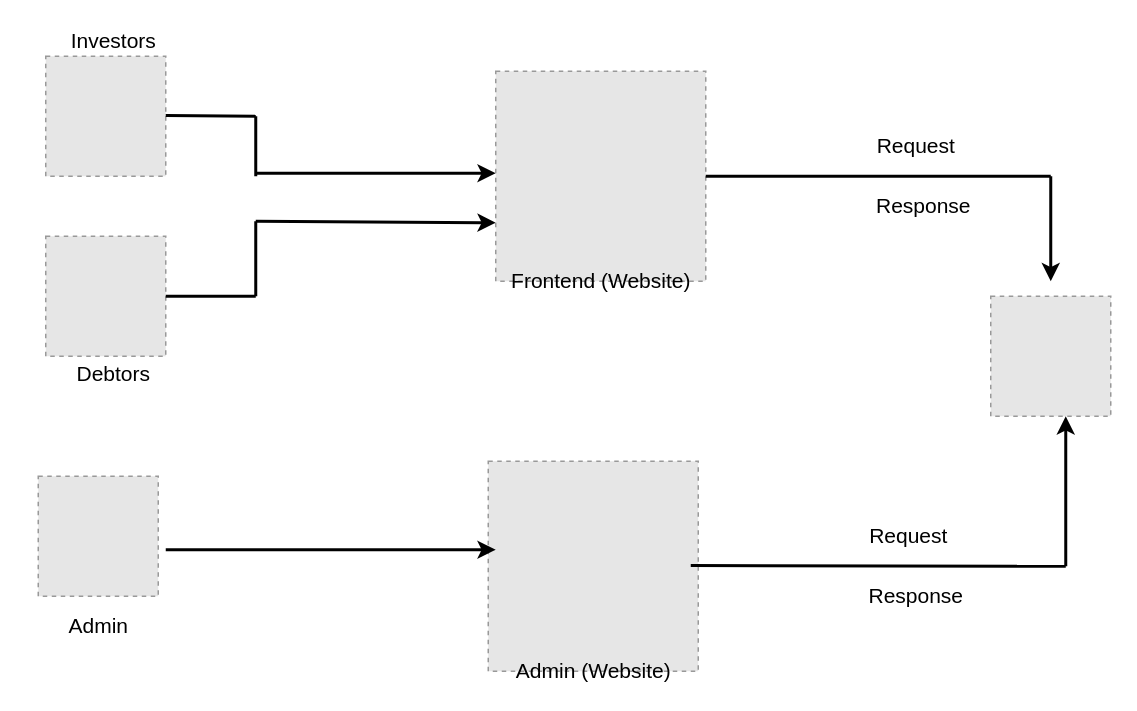
This is Untitled Diagram.drawio from sushilcn/testproject, a draw.io file, before an edit. Source tidied: cells renumbered, new cells numbered last; positions are measured from the earlier drawing's top-left corner, leaving out a move shared by most shapes. Both pictures are drawn from the tidied source at 150%, with x=0, y=0 at pixel (38, 26). Pictures stored in the file or linked from it are replaced by grey dashed boxes.
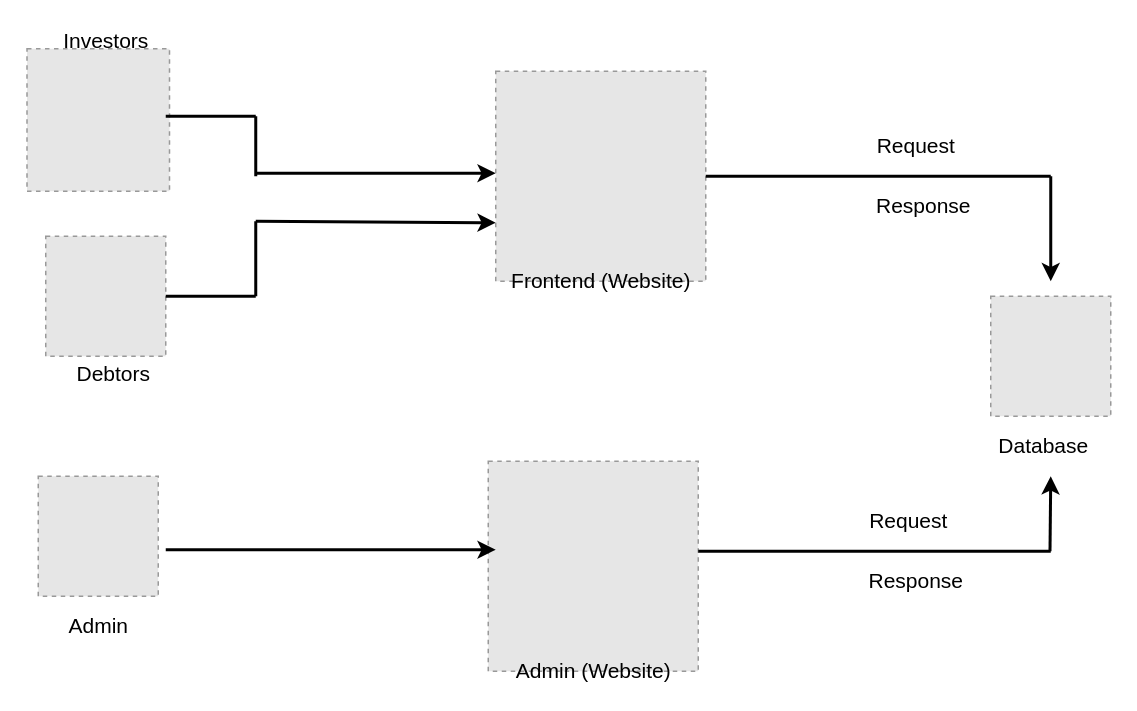
Above is the later version.

Diff of the diagram source:
```diff
@@
-    <mxCell id="2" style="fillColor=#E6E6E6;strokeColor=#999999;dashed=1;verticalLabelPosition=bottom;labelBackgroundColor=#ffffff;verticalAlign=top;" parent="1" vertex="1">
-      <mxGeometry x="5" y="20" width="80" height="80" as="geometry" />
-    </mxCell>
@@
-    <mxCell id="5" style="endArrow=none;html=1;strokeWidth=2;" parent="1" edge="1">
-      <mxGeometry relative="1" as="geometry">
-        <mxPoint x="85" y="59.5" as="sourcePoint" />
-        <mxPoint x="145" y="60" as="targetPoint" />
-      </mxGeometry>
-    </mxCell>
@@
     <mxCell id="12" value="Investors" style="text;html=1;align=center;verticalAlign=middle;fillColor=none;strokeColor=none;rounded=0;fontSize=14;" parent="1" vertex="1">
-      <mxGeometry x="15" width="70" height="20" as="geometry" />
+      <mxGeometry x="10" width="70" height="20" as="geometry" />
     </mxCell>
@@
-    <mxCell id="21" style="endArrow=none;html=1;strokeWidth=2;fontSize=14;" parent="1" edge="1">
-      <mxGeometry relative="1" as="geometry">
-        <mxPoint x="435" y="359.5" as="sourcePoint" />
-        <mxPoint x="685" y="360" as="targetPoint" />
-      </mxGeometry>
-    </mxCell>
     <mxCell id="22" style="endArrow=classic;html=1;strokeWidth=2;fontSize=14;" parent="1" edge="1">
       <mxGeometry relative="1" as="geometry">
-        <mxPoint x="685" y="360" as="sourcePoint" />
-        <mxPoint x="685" y="260" as="targetPoint" />
+        <mxPoint x="674.5" y="350" as="sourcePoint" />
+        <mxPoint x="675" y="300" as="targetPoint" />
       </mxGeometry>
     </mxCell>
@@
     <mxCell id="25" value="Request" style="text;html=1;align=center;verticalAlign=middle;fillColor=none;strokeColor=none;rounded=0;fontSize=14;" parent="1" vertex="1">
-      <mxGeometry x="545" y="330" width="70" height="20" as="geometry" />
+      <mxGeometry x="545" y="320" width="70" height="20" as="geometry" />
     </mxCell>
     <mxCell id="26" value="Response" style="text;html=1;align=center;verticalAlign=middle;fillColor=none;strokeColor=none;rounded=0;fontSize=14;" parent="1" vertex="1">
-      <mxGeometry x="545" y="370" width="80" height="20" as="geometry" />
+      <mxGeometry x="545" y="360" width="80" height="20" as="geometry" />
     </mxCell>
@@
+    <mxCell id="29" style="fillColor=#E6E6E6;strokeColor=#999999;dashed=1;verticalLabelPosition=bottom;labelBackgroundColor=#ffffff;verticalAlign=top;" parent="1" vertex="1">
+      <mxGeometry x="-7.5" y="15" width="95" height="95" as="geometry" />
+    </mxCell>
+    <mxCell id="30" style="endArrow=none;html=1;strokeWidth=2;" parent="1" edge="1">
+      <mxGeometry relative="1" as="geometry">
+        <mxPoint x="85" y="60" as="sourcePoint" />
+        <mxPoint x="145" y="60" as="targetPoint" />
+      </mxGeometry>
+    </mxCell>
+    <mxCell id="31" style="endArrow=none;html=1;strokeWidth=2;fontSize=14;" parent="1" edge="1">
+      <mxGeometry relative="1" as="geometry">
+        <mxPoint x="440" y="350" as="sourcePoint" />
+        <mxPoint x="675" y="350" as="targetPoint" />
+      </mxGeometry>
+    </mxCell>
+    <mxCell id="32" value="Database" style="text;html=1;align=center;verticalAlign=middle;fillColor=none;strokeColor=none;rounded=0;fontSize=14;" parent="1" vertex="1">
+      <mxGeometry x="630" y="270" width="80" height="20" as="geometry" />
+    </mxCell>
```
